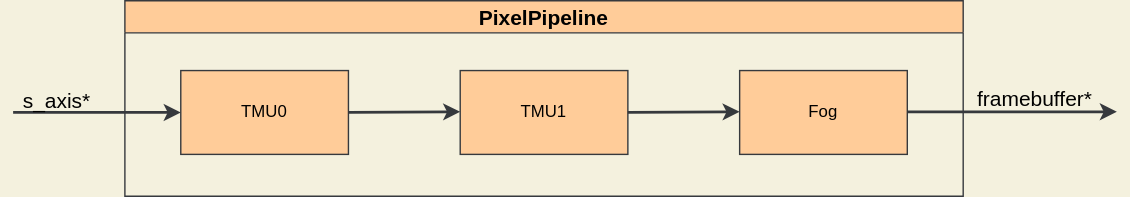
The draw.io diagram pictures/PixelPipeline.drawio.svg in ToNi3141/Rasterix, before a commit. Source tidied: cells renumbered, new cells last; positions are measured from the earlier drawing's top-left corner, leaving out a move shared by most shapes. Source of this version:
```xml
<mxGraphModel background="#F4F1DE">
  <root>
    <mxCell id="0" />
    <mxCell id="1" parent="0" />
    <mxCell id="2" value="PixelPipeline" style="swimlane;labelBackgroundColor=none;fontSize=15;fillColor=#ffcc99;strokeColor=#36393d;fontColor=#000000;" parent="1" vertex="1">
      <mxGeometry x="80" width="600" height="140" as="geometry" />
    </mxCell>
    <mxCell id="3" value="TMU0" style="rounded=0;whiteSpace=wrap;html=1;fillColor=#ffcc99;strokeColor=#36393d;fontColor=#000000;fontStyle=0;" parent="2" vertex="1">
      <mxGeometry x="40" y="50" width="120" height="60" as="geometry" />
    </mxCell>
    <mxCell id="4" value="TMU1" style="rounded=0;whiteSpace=wrap;html=1;fillColor=#ffcc99;strokeColor=#36393d;fontColor=#000000;" parent="2" vertex="1">
      <mxGeometry x="240" y="50" width="120" height="60" as="geometry" />
    </mxCell>
    <mxCell id="5" value="Fog" style="rounded=0;whiteSpace=wrap;html=1;fillColor=#ffcc99;strokeColor=#36393d;fontColor=#000000;" parent="2" vertex="1">
      <mxGeometry x="440" y="50" width="120" height="60" as="geometry" />
    </mxCell>
    <mxCell id="6" style="endArrow=classic;html=1;fontSize=15;fontColor=#000000;strokeWidth=2;fillColor=#cce5ff;strokeColor=#36393d;labelBackgroundColor=none;exitX=1;exitY=0.5;exitDx=0;exitDy=0;" parent="2" edge="1">
      <mxGeometry y="10" relative="1" as="geometry">
        <mxPoint x="560" y="79.5" as="sourcePoint" />
        <mxPoint x="710" y="79.5" as="targetPoint" />
      </mxGeometry>
    </mxCell>
    <mxCell id="7" value="framebuffer*" style="edgeLabel;html=1;align=center;verticalAlign=middle;fontColor=#000000;labelBackgroundColor=none;fontSize=15;" parent="6" vertex="1">
      <mxGeometry x="-0.44" relative="1" as="geometry">
        <mxPoint x="48" y="-10" as="offset" />
      </mxGeometry>
    </mxCell>
    <mxCell id="8" style="endArrow=classic;html=1;fontSize=15;fontColor=#000000;strokeWidth=2;fillColor=#cce5ff;strokeColor=#36393d;labelBackgroundColor=none;" parent="2" edge="1">
      <mxGeometry y="10" relative="1" as="geometry">
        <mxPoint x="160" y="80" as="sourcePoint" />
        <mxPoint x="240" y="79.5" as="targetPoint" />
      </mxGeometry>
    </mxCell>
    <mxCell id="9" style="endArrow=classic;html=1;fontSize=15;fontColor=#000000;strokeWidth=2;fillColor=#cce5ff;strokeColor=#36393d;labelBackgroundColor=none;" parent="2" edge="1">
      <mxGeometry y="10" relative="1" as="geometry">
        <mxPoint x="360" y="80" as="sourcePoint" />
        <mxPoint x="440" y="79.5" as="targetPoint" />
      </mxGeometry>
    </mxCell>
    <mxCell id="10" style="endArrow=classic;html=1;fontSize=15;fontColor=#000000;strokeWidth=2;fillColor=#cce5ff;strokeColor=#36393d;labelBackgroundColor=none;" parent="1" edge="1">
      <mxGeometry y="10" relative="1" as="geometry">
        <mxPoint y="80" as="sourcePoint" />
        <mxPoint x="120" y="80" as="targetPoint" />
      </mxGeometry>
    </mxCell>
    <mxCell id="11" value="s_axis*" style="edgeLabel;html=1;align=center;verticalAlign=middle;fontColor=#000000;labelBackgroundColor=none;fontSize=15;" parent="10" vertex="1">
      <mxGeometry x="-0.44" relative="1" as="geometry">
        <mxPoint x="-3" y="-10" as="offset" />
      </mxGeometry>
    </mxCell>
  </root>
</mxGraphModel>
```
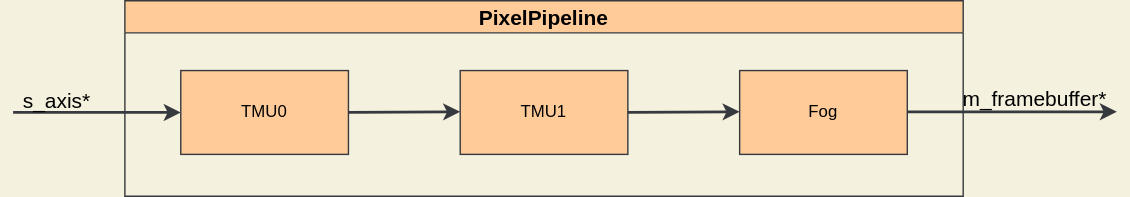
After the commit.

Diff of the diagram source:
```diff
@@ -20,7 +20,7 @@
         <mxPoint x="710" y="79.5" as="targetPoint" />
       </mxGeometry>
     </mxCell>
-    <mxCell id="7" value="framebuffer*" style="edgeLabel;html=1;align=center;verticalAlign=middle;fontColor=#000000;labelBackgroundColor=none;fontSize=15;" parent="6" vertex="1">
+    <mxCell id="7" value="m_framebuffer*" style="edgeLabel;html=1;align=center;verticalAlign=middle;fontColor=#000000;labelBackgroundColor=none;fontSize=15;" parent="6" vertex="1">
       <mxGeometry x="-0.44" relative="1" as="geometry">
         <mxPoint x="48" y="-10" as="offset" />
       </mxGeometry>
```
